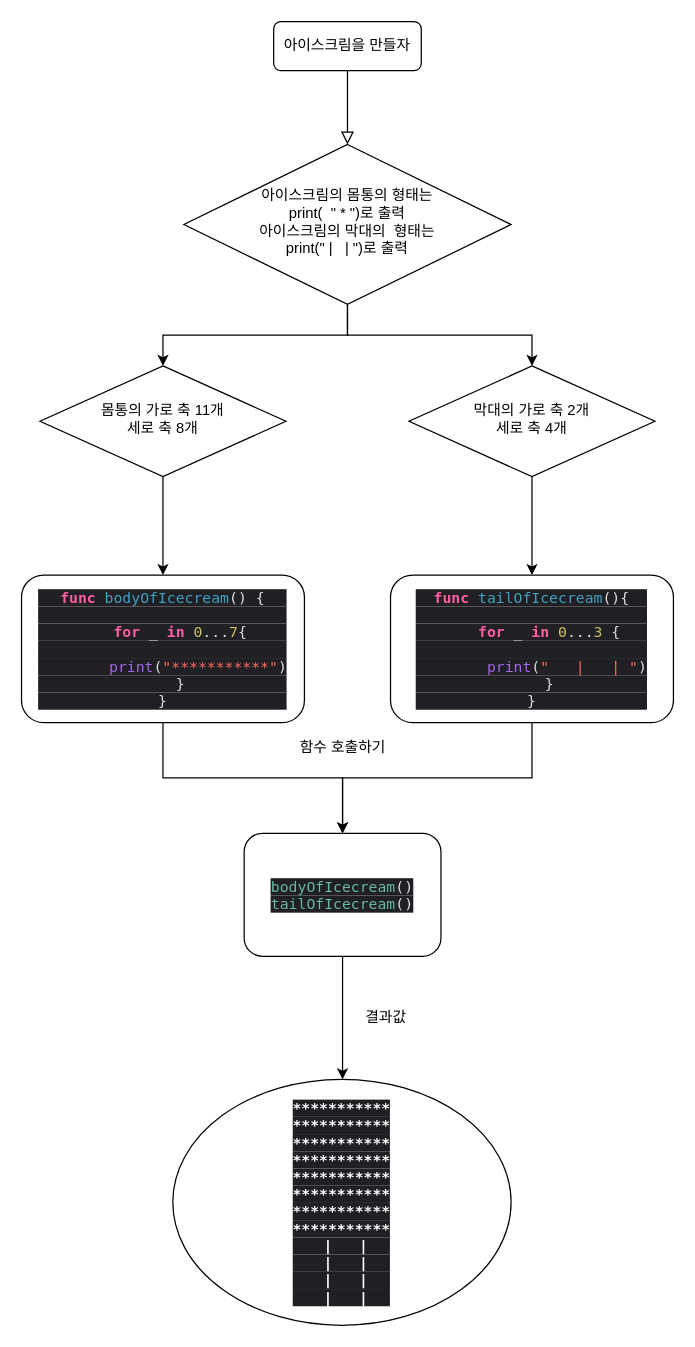
Above: icecream.drawio in yagom-academy/swift-starter-Round1 (draw.io), before the change. Source tidied: cells renumbered, new cells numbered last; positions are measured from the earlier drawing's top-left corner, leaving out a move shared by most shapes. Both pictures are drawn from the tidied source at 123%, with x=0, y=0 at pixel (21, 21).
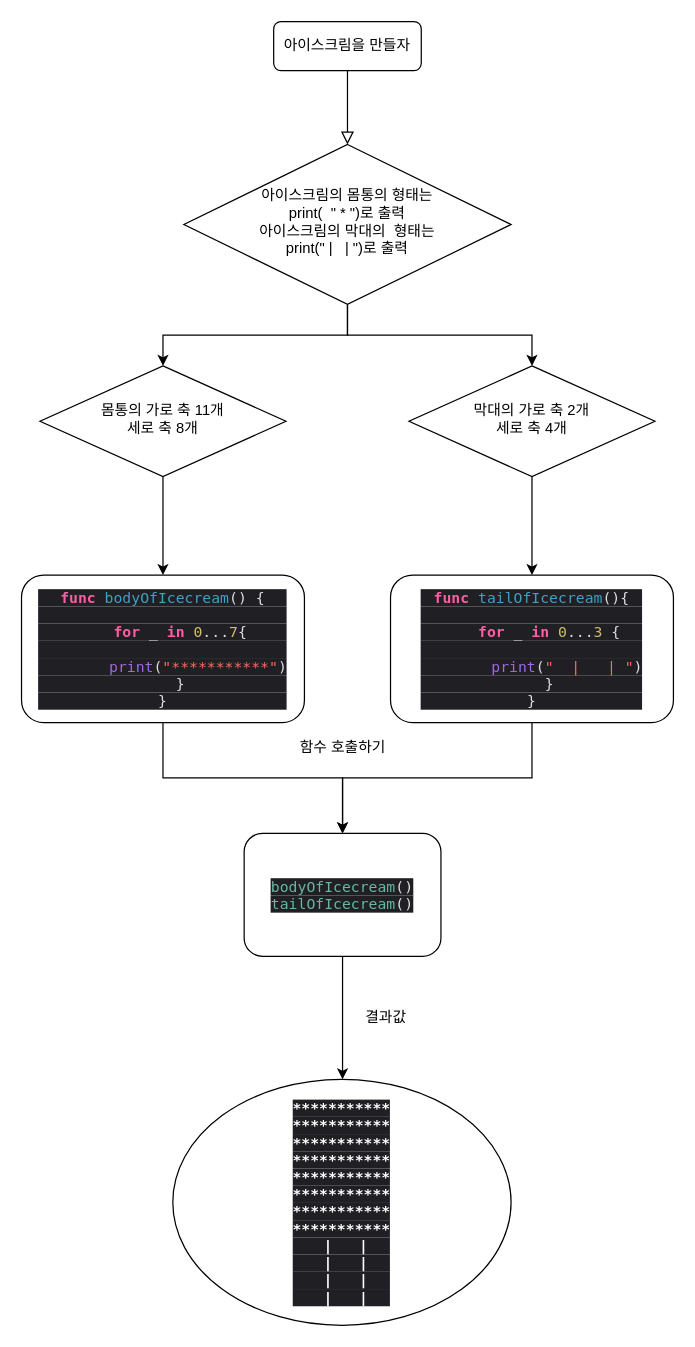
The same diagram, later.

Commit message (it also covers changes not shown here):
Test for commit template style: change convention for func docs: change loadmap for code 커밋 템플릿 테스트용입니다.

-

The edit, as a diff of the source:
```diff
@@
-    <mxCell id="14" value="&lt;p class=&quot;p1&quot; style=&quot;margin: 0px ; font-stretch: normal ; line-height: normal ; font-family: &amp;#34;menlo&amp;#34; ; color: rgb(65 , 161 , 192) ; background-color: rgb(31 , 31 , 36)&quot;&gt;&lt;span class=&quot;s1&quot; style=&quot;color: rgb(252 , 95 , 163)&quot;&gt;&lt;b&gt;func&lt;/b&gt;&lt;/span&gt;&lt;span class=&quot;s2&quot; style=&quot;color: rgba(255 , 255 , 255 , 0.85)&quot;&gt; &lt;/span&gt;tailOfIcecream&lt;span class=&quot;s2&quot; style=&quot;color: rgba(255 , 255 , 255 , 0.85)&quot;&gt;(){&lt;/span&gt;&lt;/p&gt;&lt;p class=&quot;p2&quot; style=&quot;margin: 0px ; font-stretch: normal ; line-height: normal ; font-family: &amp;#34;menlo&amp;#34; ; color: rgba(255 , 255 , 255 , 0.85) ; background-color: rgb(31 , 31 , 36) ; min-height: 14px&quot;&gt;&lt;span class=&quot;Apple-converted-space&quot;&gt;&amp;nbsp;&amp;nbsp; &amp;nbsp;&lt;/span&gt;&lt;/p&gt;&lt;p class=&quot;p3&quot; style=&quot;margin: 0px ; font-stretch: normal ; line-height: normal ; font-family: &amp;#34;menlo&amp;#34; ; color: rgba(255 , 255 , 255 , 0.85) ; background-color: rgb(31 , 31 , 36)&quot;&gt;&lt;span class=&quot;Apple-converted-space&quot;&gt;&amp;nbsp; &amp;nbsp; &lt;/span&gt;&lt;span class=&quot;s1&quot; style=&quot;color: rgb(252 , 95 , 163)&quot;&gt;&lt;b&gt;for&lt;/b&gt;&lt;/span&gt; _ &lt;span class=&quot;s1&quot; style=&quot;color: rgb(252 , 95 , 163)&quot;&gt;&lt;b&gt;in&lt;/b&gt;&lt;/span&gt; &lt;span class=&quot;s3&quot; style=&quot;color: rgb(208 , 191 , 105)&quot;&gt;0&lt;/span&gt;...&lt;span class=&quot;s3&quot; style=&quot;color: rgb(208 , 191 , 105)&quot;&gt;3&lt;/span&gt; {&lt;/p&gt;&lt;p class=&quot;p2&quot; style=&quot;margin: 0px ; font-stretch: normal ; line-height: normal ; font-family: &amp;#34;menlo&amp;#34; ; color: rgba(255 , 255 , 255 , 0.85) ; background-color: rgb(31 , 31 , 36) ; min-height: 14px&quot;&gt;&lt;span class=&quot;Apple-converted-space&quot;&gt;&amp;nbsp;&amp;nbsp; &amp;nbsp; &amp;nbsp; &amp;nbsp;&lt;/span&gt;&lt;/p&gt;&lt;p class=&quot;p4&quot; style=&quot;margin: 0px ; font-stretch: normal ; line-height: normal ; font-family: &amp;#34;menlo&amp;#34; ; color: rgb(252 , 106 , 93) ; background-color: rgb(31 , 31 , 36)&quot;&gt;&lt;span class=&quot;s2&quot; style=&quot;color: rgba(255 , 255 , 255 , 0.85)&quot;&gt;&amp;nbsp; &amp;nbsp; &amp;nbsp; &amp;nbsp; &lt;/span&gt;&lt;span class=&quot;s4&quot; style=&quot;color: rgb(161 , 103 , 230)&quot;&gt;print&lt;/span&gt;&lt;span class=&quot;s2&quot; style=&quot;color: rgba(255 , 255 , 255 , 0.85)&quot;&gt;(&lt;/span&gt;&quot; &lt;span class=&quot;Apple-converted-space&quot;&gt;&amp;nbsp; &lt;/span&gt;| &lt;span class=&quot;Apple-converted-space&quot;&gt;&amp;nbsp; &lt;/span&gt;| &quot;&lt;span class=&quot;s2&quot; style=&quot;color: rgba(255 , 255 , 255 , 0.85)&quot;&gt;)&lt;/span&gt;&lt;/p&gt;&lt;p class=&quot;p3&quot; style=&quot;margin: 0px ; font-stretch: normal ; line-height: normal ; font-family: &amp;#34;menlo&amp;#34; ; color: rgba(255 , 255 , 255 , 0.85) ; background-color: rgb(31 , 31 , 36)&quot;&gt;&lt;span class=&quot;Apple-converted-space&quot;&gt;&amp;nbsp; &amp;nbsp; &lt;/span&gt;}&lt;/p&gt;&lt;p class=&quot;p3&quot; style=&quot;margin: 0px ; font-stretch: normal ; line-height: normal ; font-family: &amp;#34;menlo&amp;#34; ; color: rgba(255 , 255 , 255 , 0.85) ; background-color: rgb(31 , 31 , 36)&quot;&gt;}&lt;/p&gt;" style="rounded=1;whiteSpace=wrap;html=1;" parent="1" vertex="1">
+    <mxCell id="14" value="&lt;p class=&quot;p1&quot; style=&quot;margin: 0px ; font-stretch: normal ; line-height: normal ; font-family: &amp;#34;menlo&amp;#34; ; color: rgb(65 , 161 , 192) ; background-color: rgb(31 , 31 , 36)&quot;&gt;&lt;span class=&quot;s1&quot; style=&quot;color: rgb(252 , 95 , 163)&quot;&gt;&lt;b&gt;func&lt;/b&gt;&lt;/span&gt;&lt;span class=&quot;s2&quot; style=&quot;color: rgba(255 , 255 , 255 , 0.85)&quot;&gt; &lt;/span&gt;tailOfIcecream&lt;span class=&quot;s2&quot; style=&quot;color: rgba(255 , 255 , 255 , 0.85)&quot;&gt;(){&lt;/span&gt;&lt;/p&gt;&lt;p class=&quot;p2&quot; style=&quot;margin: 0px ; font-stretch: normal ; line-height: normal ; font-family: &amp;#34;menlo&amp;#34; ; color: rgba(255 , 255 , 255 , 0.85) ; background-color: rgb(31 , 31 , 36) ; min-height: 14px&quot;&gt;&lt;span class=&quot;Apple-converted-space&quot;&gt;&amp;nbsp;&amp;nbsp; &amp;nbsp;&lt;/span&gt;&lt;/p&gt;&lt;p class=&quot;p3&quot; style=&quot;margin: 0px ; font-stretch: normal ; line-height: normal ; font-family: &amp;#34;menlo&amp;#34; ; color: rgba(255 , 255 , 255 , 0.85) ; background-color: rgb(31 , 31 , 36)&quot;&gt;&lt;span class=&quot;Apple-converted-space&quot;&gt;&amp;nbsp; &amp;nbsp; &lt;/span&gt;&lt;span class=&quot;s1&quot; style=&quot;color: rgb(252 , 95 , 163)&quot;&gt;&lt;b&gt;for&lt;/b&gt;&lt;/span&gt; _ &lt;span class=&quot;s1&quot; style=&quot;color: rgb(252 , 95 , 163)&quot;&gt;&lt;b&gt;in&lt;/b&gt;&lt;/span&gt; &lt;span class=&quot;s3&quot; style=&quot;color: rgb(208 , 191 , 105)&quot;&gt;0&lt;/span&gt;...&lt;span class=&quot;s3&quot; style=&quot;color: rgb(208 , 191 , 105)&quot;&gt;3&lt;/span&gt; {&lt;/p&gt;&lt;p class=&quot;p2&quot; style=&quot;margin: 0px ; font-stretch: normal ; line-height: normal ; font-family: &amp;#34;menlo&amp;#34; ; color: rgba(255 , 255 , 255 , 0.85) ; background-color: rgb(31 , 31 , 36) ; min-height: 14px&quot;&gt;&lt;span class=&quot;Apple-converted-space&quot;&gt;&amp;nbsp;&amp;nbsp; &amp;nbsp; &amp;nbsp; &amp;nbsp;&lt;/span&gt;&lt;/p&gt;&lt;p class=&quot;p4&quot; style=&quot;margin: 0px ; font-stretch: normal ; line-height: normal ; font-family: &amp;#34;menlo&amp;#34; ; color: rgb(252 , 106 , 93) ; background-color: rgb(31 , 31 , 36)&quot;&gt;&lt;span class=&quot;s2&quot; style=&quot;color: rgba(255 , 255 , 255 , 0.85)&quot;&gt;&amp;nbsp; &amp;nbsp; &amp;nbsp; &amp;nbsp; &lt;/span&gt;&lt;span class=&quot;s4&quot; style=&quot;color: rgb(161 , 103 , 230)&quot;&gt;print&lt;/span&gt;&lt;span class=&quot;s2&quot; style=&quot;color: rgba(255 , 255 , 255 , 0.85)&quot;&gt;(&lt;/span&gt;&quot; &lt;span class=&quot;Apple-converted-space&quot;&gt;&amp;nbsp;&lt;/span&gt;| &lt;span class=&quot;Apple-converted-space&quot;&gt;&amp;nbsp; &lt;/span&gt;| &quot;&lt;span class=&quot;s2&quot; style=&quot;color: rgba(255 , 255 , 255 , 0.85)&quot;&gt;)&lt;/span&gt;&lt;/p&gt;&lt;p class=&quot;p3&quot; style=&quot;margin: 0px ; font-stretch: normal ; line-height: normal ; font-family: &amp;#34;menlo&amp;#34; ; color: rgba(255 , 255 , 255 , 0.85) ; background-color: rgb(31 , 31 , 36)&quot;&gt;&lt;span class=&quot;Apple-converted-space&quot;&gt;&amp;nbsp; &amp;nbsp; &lt;/span&gt;}&lt;/p&gt;&lt;p class=&quot;p3&quot; style=&quot;margin: 0px ; font-stretch: normal ; line-height: normal ; font-family: &amp;#34;menlo&amp;#34; ; color: rgba(255 , 255 , 255 , 0.85) ; background-color: rgb(31 , 31 , 36)&quot;&gt;}&lt;/p&gt;" style="rounded=1;whiteSpace=wrap;html=1;" parent="1" vertex="1">
       <mxGeometry x="300" y="450" width="230" height="120" as="geometry" />
     </mxCell>
```
